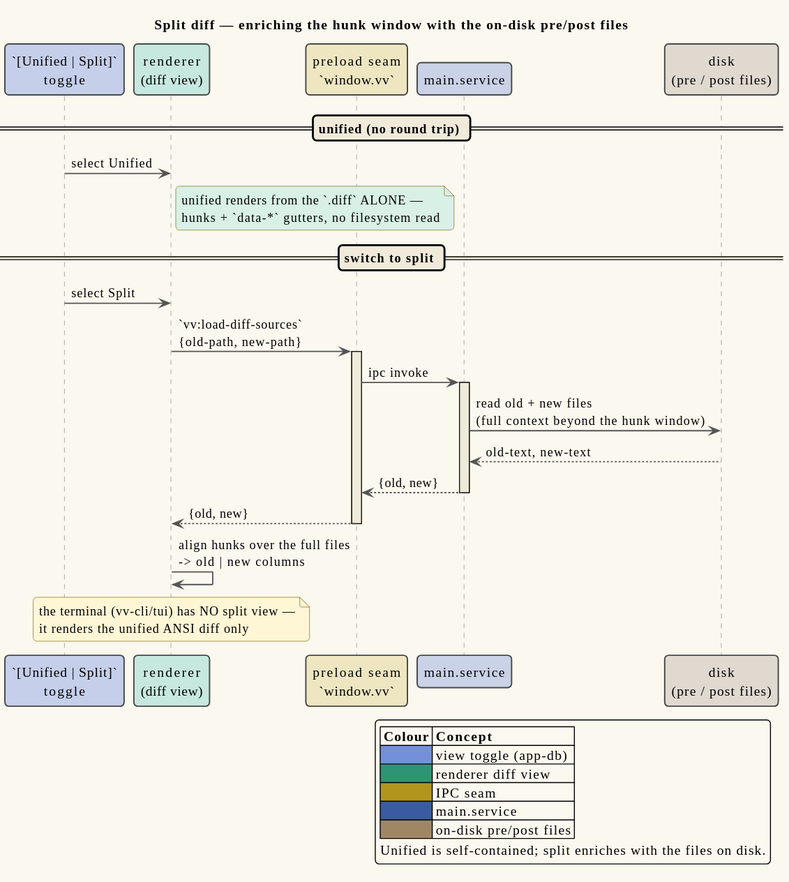
vinary-tree/vinary-viewer keeps this PlantUML diagram as docs/diagrams/seq-diff-split-enrich.svg. Above is the earlier version. Its diagram source:
```plantuml
@startuml
!include _vv-theme.iuml

title Split diff — enriching the hunk window with the on-disk pre/post files

participant "`[Unified | Split]`\ntoggle" as Toggle APPDB_TINT
participant "renderer\n(diff view)" as Rend RENDERER_TINT
participant "preload seam\n`window.vv`" as Seam IPC_TINT
participant "main.service" as Main MAIN_TINT
participant "disk\n(pre / post files)" as FS FS_TINT

== unified (no round trip) ==
Toggle -> Rend : select Unified
note right of Rend #D8F0E6: unified renders from the `.diff` ALONE —\nhunks + `data-*` gutters, no filesystem read

== switch to split ==
Toggle -> Rend : select Split
Rend -> Seam : `vv:load-diff-sources`\n{old-path, new-path}
activate Seam
Seam -> Main : ipc invoke
activate Main
Main -> FS : read old + new files\n(full context beyond the hunk window)
FS --> Main : old-text, new-text
Main --> Seam : {old, new}
deactivate Main
Seam --> Rend : {old, new}
deactivate Seam
Rend -> Rend : align hunks over the full files\n-> old | new columns
note over Rend #FFF6D6: the terminal (vv-cli/tui) has NO split view —\nit renders the unified ANSI diff only

legend right
  |= Colour |= Concept |
  |<#7590DB>&#160;&#160;&#160;&#160;| view toggle (app-db) |
  |<#2D9574>&#160;&#160;&#160;&#160;| renderer diff view |
  |<#B1951D>&#160;&#160;&#160;&#160;| IPC seam |
  |<#3A5BA0>&#160;&#160;&#160;&#160;| main.service |
  |<#9F8766>&#160;&#160;&#160;&#160;| on-disk pre/post files |
  Unified is self-contained; split enriches with the files on disk.
endlegend
@enduml
```
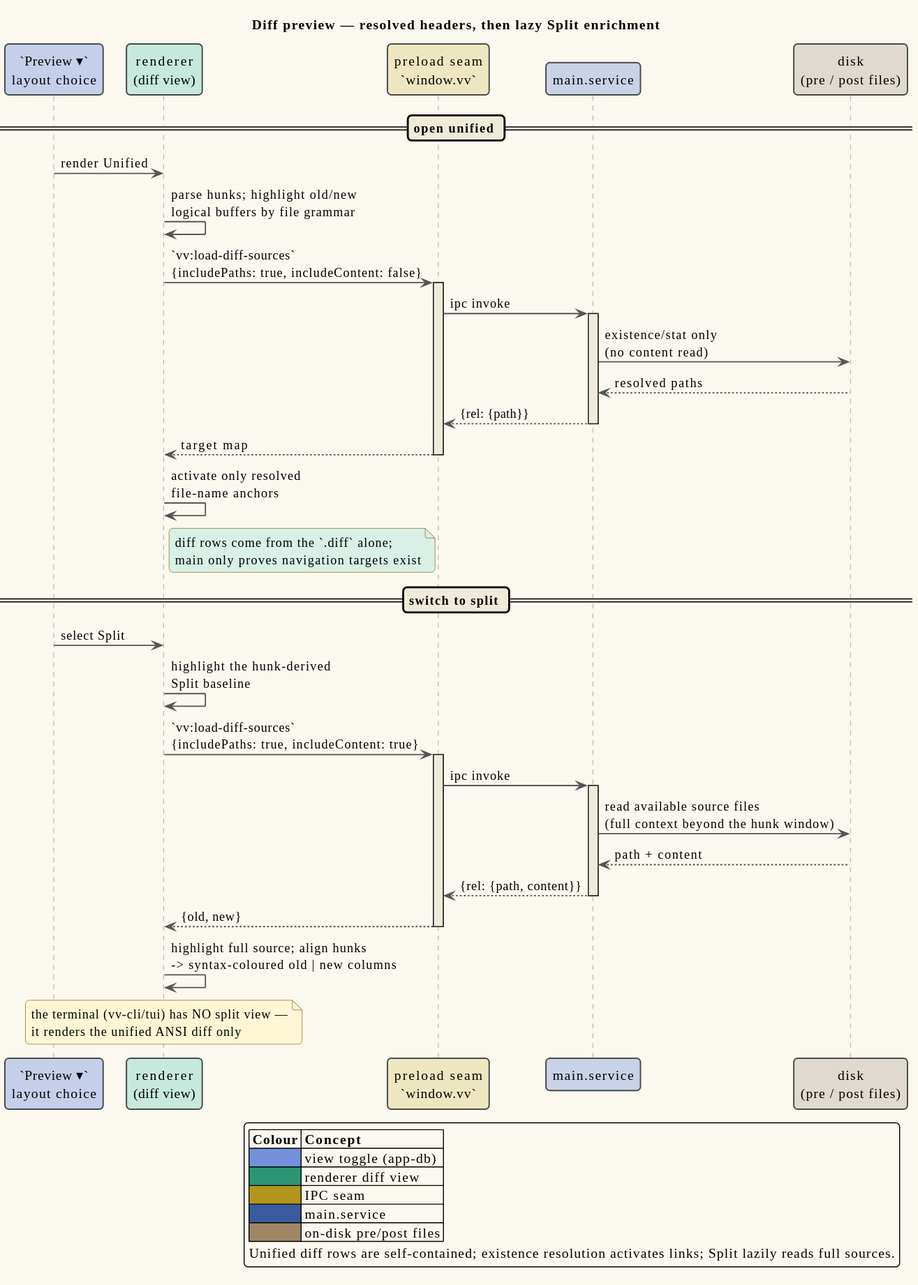
Above is the later version.

Diff of the diagram source:
```diff
@@ -1,31 +1,44 @@
 @startuml
 !include _vv-theme.iuml
 
-title Split diff — enriching the hunk window with the on-disk pre/post files
+title Diff preview — resolved headers, then lazy Split enrichment
 
-participant "`[Unified | Split]`\ntoggle" as Toggle APPDB_TINT
+participant "`Preview ▾`\nlayout choice" as Toggle APPDB_TINT
 participant "renderer\n(diff view)" as Rend RENDERER_TINT
 participant "preload seam\n`window.vv`" as Seam IPC_TINT
 participant "main.service" as Main MAIN_TINT
 participant "disk\n(pre / post files)" as FS FS_TINT
 
-== unified (no round trip) ==
-Toggle -> Rend : select Unified
-note right of Rend #D8F0E6: unified renders from the `.diff` ALONE —\nhunks + `data-*` gutters, no filesystem read
+== open unified ==
+Toggle -> Rend : render Unified
+Rend -> Rend : parse hunks; highlight old/new\nlogical buffers by file grammar
+Rend -> Seam : `vv:load-diff-sources`\n{includePaths: true, includeContent: false}
+activate Seam
+Seam -> Main : ipc invoke
+activate Main
+Main -> FS : existence/stat only\n(no content read)
+FS --> Main : resolved paths
+Main --> Seam : {rel: {path}}
+deactivate Main
+Seam --> Rend : target map
+deactivate Seam
+Rend -> Rend : activate only resolved\nfile-name anchors
+note right of Rend #D8F0E6: diff rows come from the `.diff` alone;\nmain only proves navigation targets exist
 
 == switch to split ==
 Toggle -> Rend : select Split
-Rend -> Seam : `vv:load-diff-sources`\n{old-path, new-path}
+Rend -> Rend : highlight the hunk-derived\nSplit baseline
+Rend -> Seam : `vv:load-diff-sources`\n{includePaths: true, includeContent: true}
 activate Seam
 Seam -> Main : ipc invoke
 activate Main
-Main -> FS : read old + new files\n(full context beyond the hunk window)
-FS --> Main : old-text, new-text
-Main --> Seam : {old, new}
+Main -> FS : read available source files\n(full context beyond the hunk window)
+FS --> Main : path + content
+Main --> Seam : {rel: {path, content}}
 deactivate Main
 Seam --> Rend : {old, new}
 deactivate Seam
-Rend -> Rend : align hunks over the full files\n-> old | new columns
+Rend -> Rend : highlight full source; align hunks\n-> syntax-coloured old | new columns
 note over Rend #FFF6D6: the terminal (vv-cli/tui) has NO split view —\nit renders the unified ANSI diff only
 
 legend right
@@ -35,6 +48,6 @@
   |<#B1951D>&#160;&#160;&#160;&#160;| IPC seam |
   |<#3A5BA0>&#160;&#160;&#160;&#160;| main.service |
   |<#9F8766>&#160;&#160;&#160;&#160;| on-disk pre/post files |
-  Unified is self-contained; split enriches with the files on disk.
+  Unified diff rows are self-contained; existence resolution activates links; Split lazily reads full sources.
 endlegend
 @enduml
```
